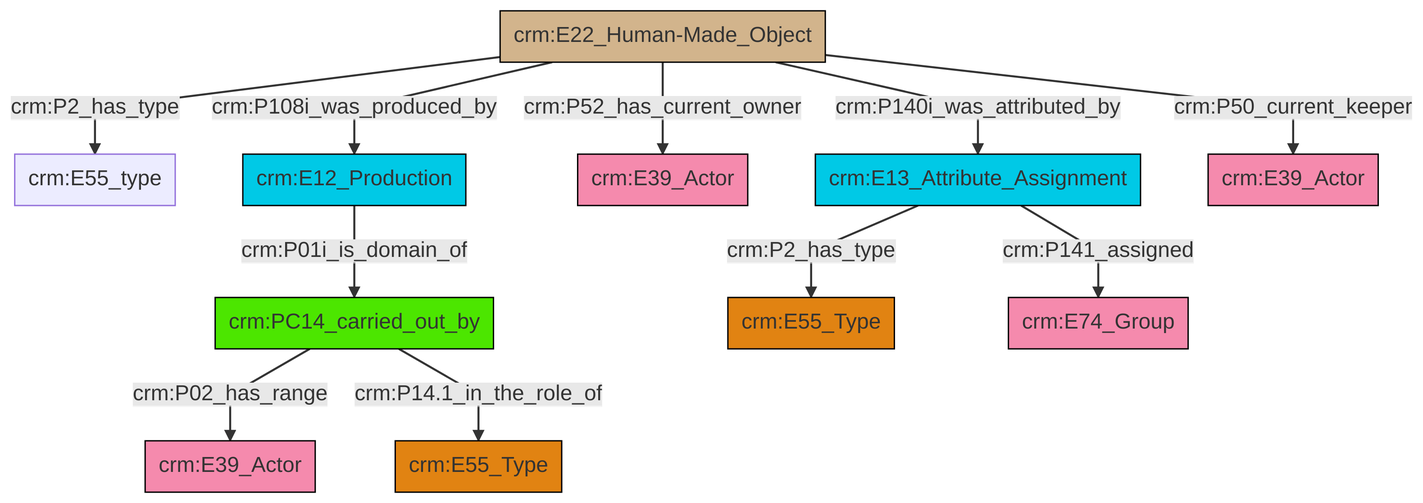
Earlier version of the Mermaid export et/artworkCSV/ttl/mmd/png/Artwork_Actor_Relations.png (swiss-art-research-net/docs.swissartresearch). Its source is kept beside it as et/artworkCSV/ttl/mmd/Artwork_Actor_Relations.ttl.mmd.
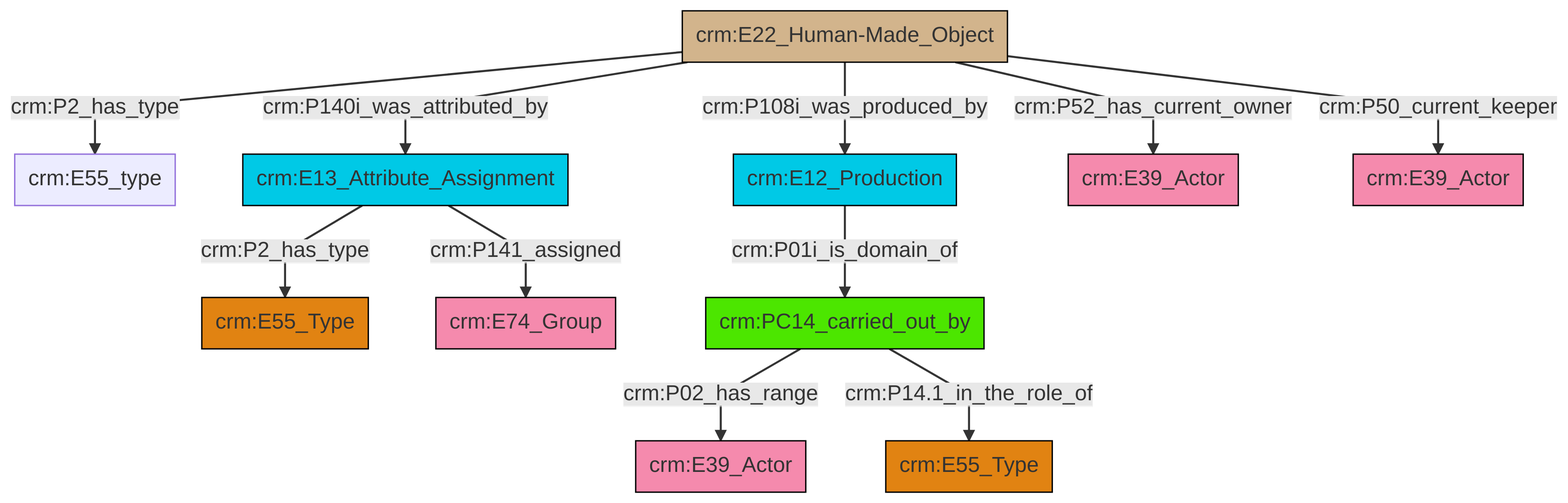
The same diagram one commit later.

Diff of the diagram source:
```diff
@@ -13,13 +13,13 @@
 classDef PC_Classes fill:#4ce600, stroke:#000000;
 classDef Multi fill:#cccccc,stroke:#000000;
 
-0["crm:E22_Human-Made_Object"]:::Physical_Thing -->|crm:P2_has_type| 1["crm:E55_type"]:::Default
-0["crm:E22_Human-Made_Object"]:::Physical_Thing -->|crm:P108i_was_produced_by| 2["crm:E12_Production"]:::Temporal_Entity
-2["crm:E12_Production"]:::Temporal_Entity -->|crm:P01i_is_domain_of| 5["crm:PC14_carried_out_by"]:::PC_Classes
-8["crm:E13_Attribute_Assignment"]:::Temporal_Entity -->|crm:P141_assigned| 9["crm:E74_Group"]:::Actor
-0["crm:E22_Human-Made_Object"]:::Physical_Thing -->|crm:P140i_was_attributed_by| 8["crm:E13_Attribute_Assignment"]:::Temporal_Entity
-0["crm:E22_Human-Made_Object"]:::Physical_Thing -->|crm:P52_has_current_owner| 3["crm:E39_Actor"]:::Actor
-5["crm:PC14_carried_out_by"]:::PC_Classes -->|crm:P02_has_range| 11["crm:E39_Actor"]:::Actor
-5["crm:PC14_carried_out_by"]:::PC_Classes -->|crm:P14.1_in_the_role_of| 17["crm:E55_Type"]:::Type
-8["crm:E13_Attribute_Assignment"]:::Temporal_Entity -->|crm:P2_has_type| 6["crm:E55_Type"]:::Type
-0["crm:E22_Human-Made_Object"]:::Physical_Thing -->|crm:P50_current_keeper| 15["crm:E39_Actor"]:::Actor
+2["crm:E22_Human-Made_Object"]:::Physical_Thing -->|crm:P2_has_type| 3["crm:E55_type"]:::Default
+2["crm:E22_Human-Made_Object"]:::Physical_Thing -->|crm:P140i_was_attributed_by| 6["crm:E13_Attribute_Assignment"]:::Temporal_Entity
+7["crm:E12_Production"]:::Temporal_Entity -->|crm:P01i_is_domain_of| 4["crm:PC14_carried_out_by"]:::PC_Classes
+2["crm:E22_Human-Made_Object"]:::Physical_Thing -->|crm:P108i_was_produced_by| 7["crm:E12_Production"]:::Temporal_Entity
+4["crm:PC14_carried_out_by"]:::PC_Classes -->|crm:P02_has_range| 15["crm:E39_Actor"]:::Actor
+2["crm:E22_Human-Made_Object"]:::Physical_Thing -->|crm:P52_has_current_owner| 11["crm:E39_Actor"]:::Actor
+2["crm:E22_Human-Made_Object"]:::Physical_Thing -->|crm:P50_current_keeper| 16["crm:E39_Actor"]:::Actor
+6["crm:E13_Attribute_Assignment"]:::Temporal_Entity -->|crm:P2_has_type| 0["crm:E55_Type"]:::Type
+6["crm:E13_Attribute_Assignment"]:::Temporal_Entity -->|crm:P141_assigned| 13["crm:E74_Group"]:::Actor
+4["crm:PC14_carried_out_by"]:::PC_Classes -->|crm:P14.1_in_the_role_of| 8["crm:E55_Type"]:::Type
```
